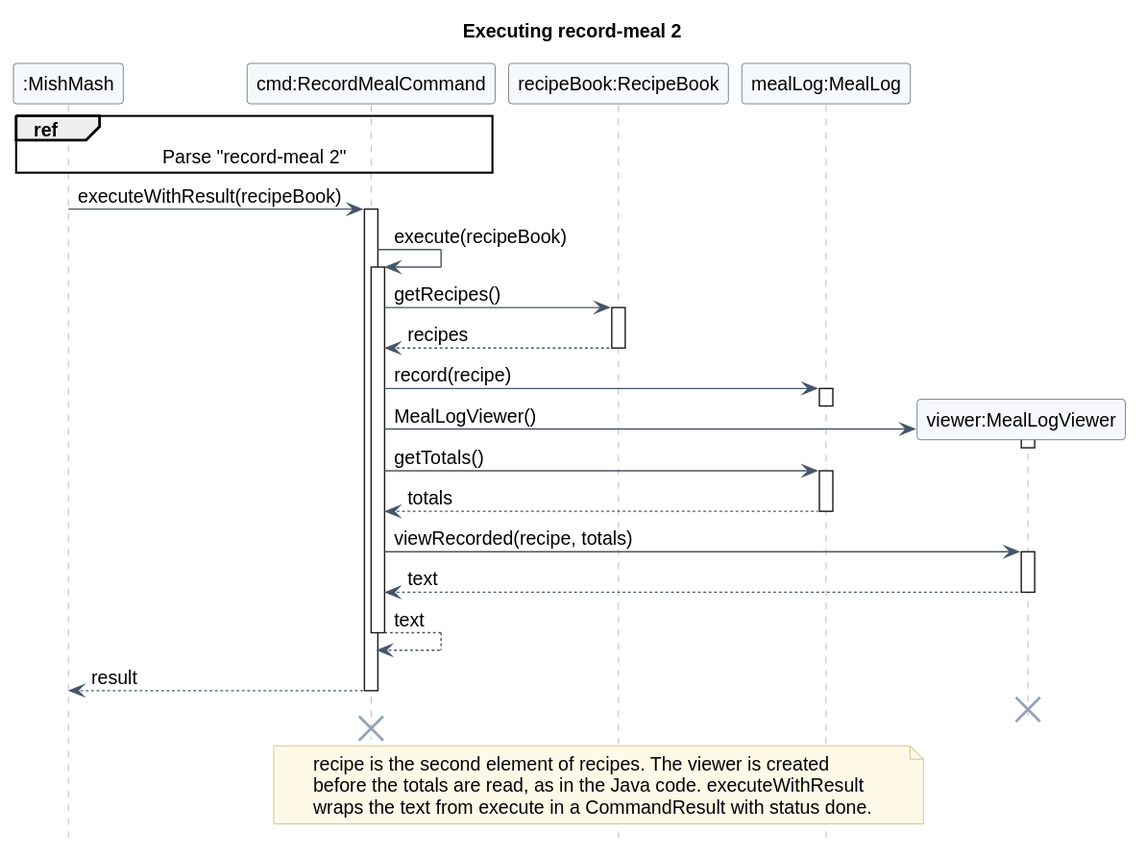
Earlier version of the PlantUML export docs/images/record-meal/record-meal.svg (Rixte/tp).
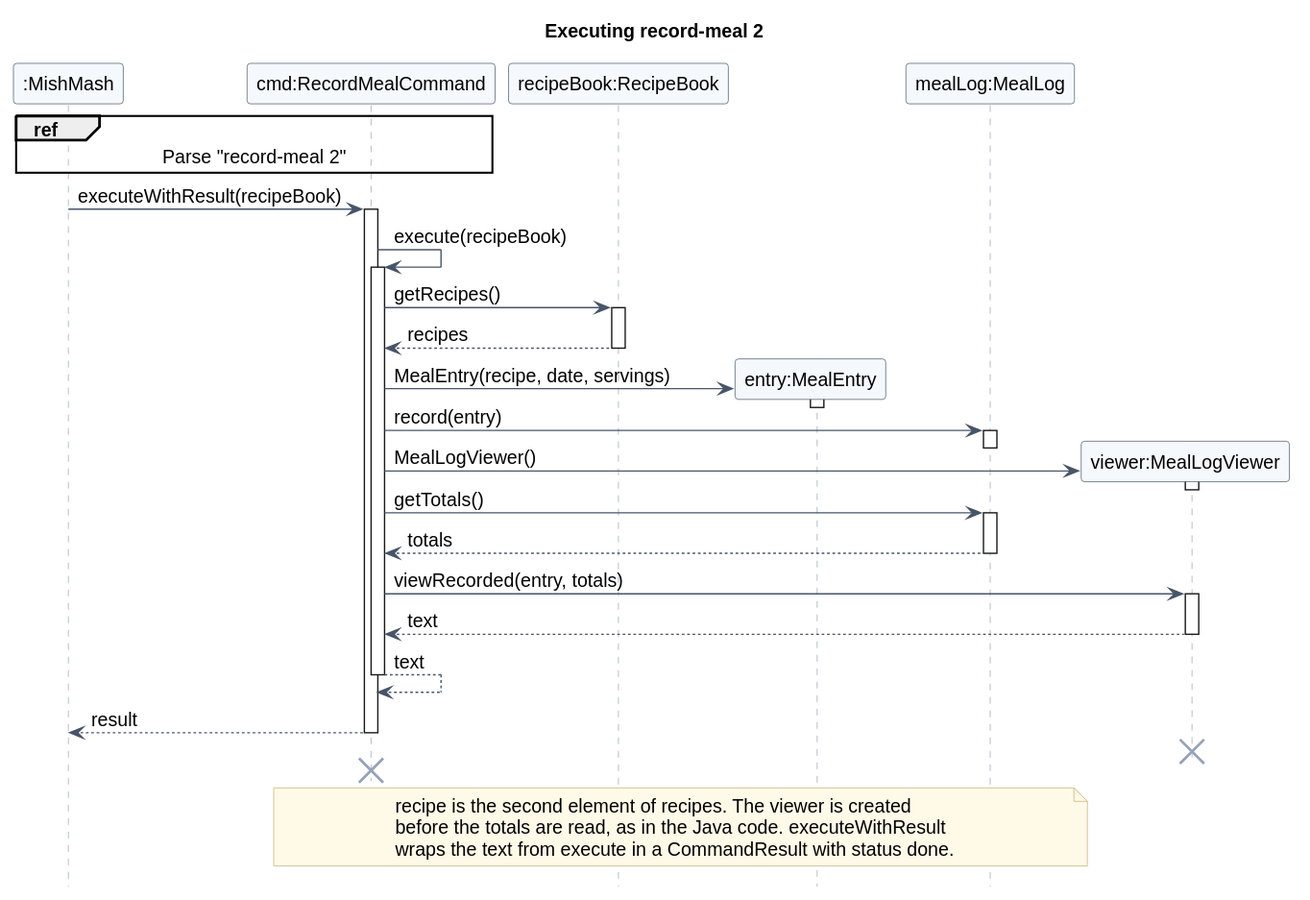
Later version of the same file.

What changed in the source:
```diff
@@ -5,6 +5,7 @@
 participant ":MishMash" as App
 participant "cmd:RecordMealCommand" as Command
 participant "recipeBook:RecipeBook" as Book
+participant "entry:MealEntry" as Entry
 participant "mealLog:MealLog" as Log
 participant "viewer:MealLogViewer" as Viewer
 
@@ -18,7 +19,11 @@
 activate Book
 Book --> Command : recipes
 deactivate Book
-Command -> Log : record(recipe)
+create Entry
+Command -> Entry : MealEntry(recipe, date, servings)
+activate Entry
+deactivate Entry
+Command -> Log : record(entry)
 activate Log
 deactivate Log
 create Viewer
@@ -29,7 +34,7 @@
 activate Log
 Log --> Command : totals
 deactivate Log
-Command -> Viewer : viewRecorded(recipe, totals)
+Command -> Viewer : viewRecorded(entry, totals)
 activate Viewer
 Viewer --> Command : text
 deactivate Viewer
```
